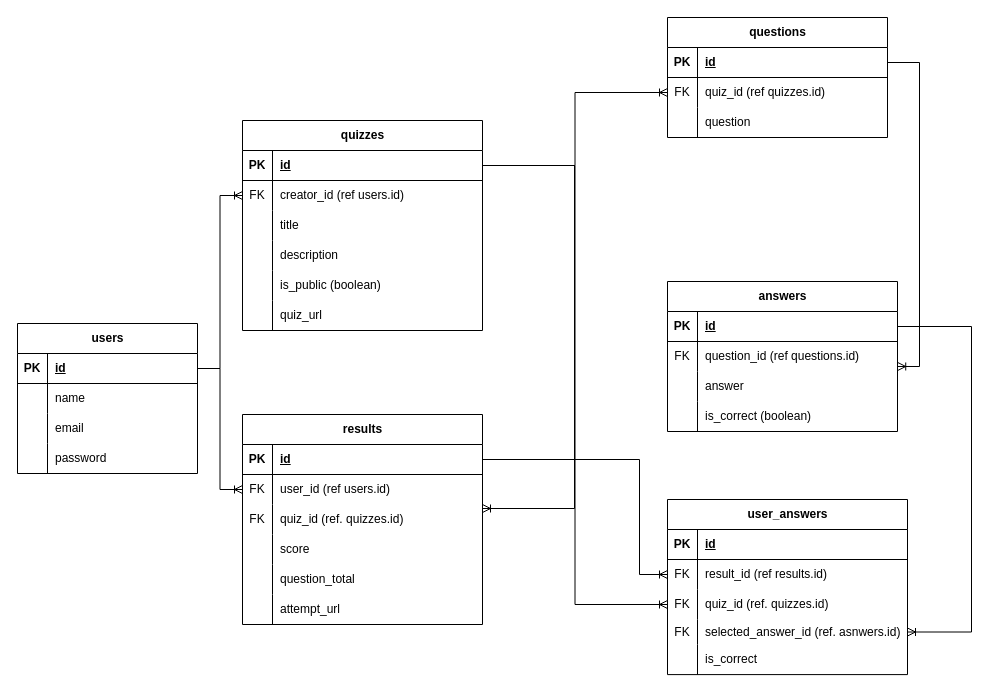
Earlier version of the draw.io diagram db/QuizQuest_ERD.drawio (ArcaneCipher/QuizQuest). Source tidied: cells renumbered, new cells numbered last; positions are measured from the earlier drawing's top-left corner, leaving out a move shared by most shapes. Both pictures are drawn from the tidied source at 100%, with x=0, y=0 at pixel (17, 17).
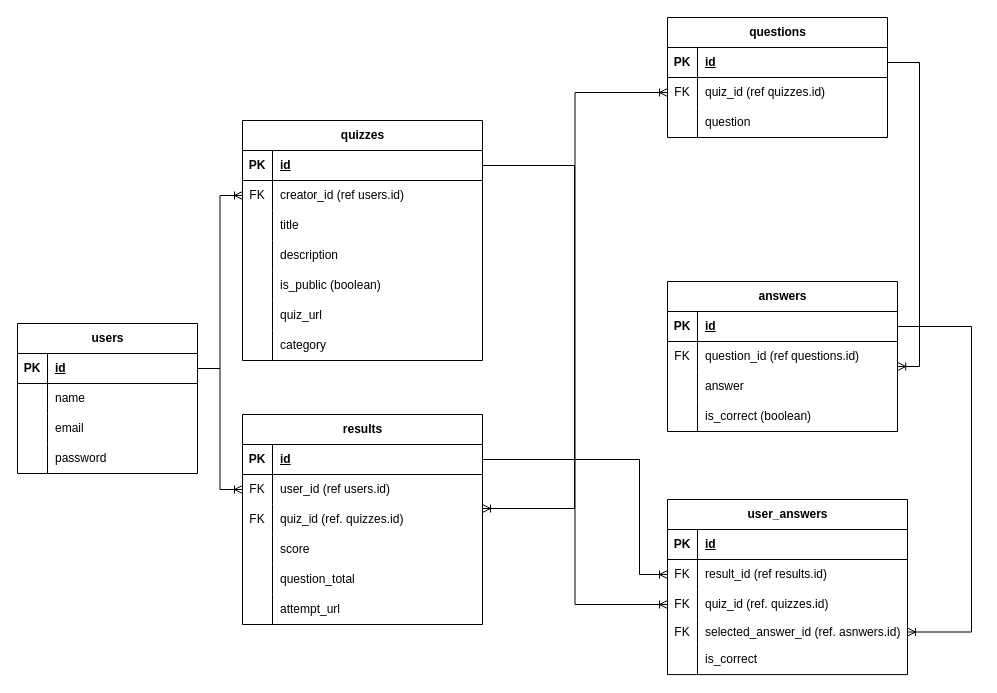
The same diagram, later.

Commit message:
Add 'category' to quizzes table

What changed in the source:
```diff
@@
     <mxCell id="15" value="quizzes" style="shape=table;startSize=30;childLayout=tableLayout;rowLines=0;fontStyle=1;align=center;html=1;" parent="1" vertex="1">
-      <mxGeometry x="225" y="103" width="240" height="210" as="geometry" />
+      <mxGeometry x="225" y="103" width="240" height="240" as="geometry" />
     </mxCell>
@@
+    <mxCell id="100" style="shape=tableRow;horizontal=0;startSize=0;swimlaneHead=0;swimlaneBody=0;fillColor=none;top=0;left=0;right=0;bottom=0;" parent="15" vertex="1">
+      <mxGeometry y="210" width="240" height="30" as="geometry" />
+    </mxCell>
+    <mxCell id="101" style="shape=partialRectangle;fillColor=none;top=0;left=0;bottom=0;right=0;overflow=hidden;whiteSpace=wrap;html=1;" parent="100" vertex="1">
+      <mxGeometry width="30" height="30" as="geometry" />
+    </mxCell>
+    <mxCell id="102" value="category" style="shape=partialRectangle;fillColor=none;top=0;left=0;bottom=0;right=0;align=left;spacingLeft=6;overflow=hidden;whiteSpace=wrap;html=1;" parent="100" vertex="1">
+      <mxGeometry x="30" width="210" height="30" as="geometry" />
+    </mxCell>
```
